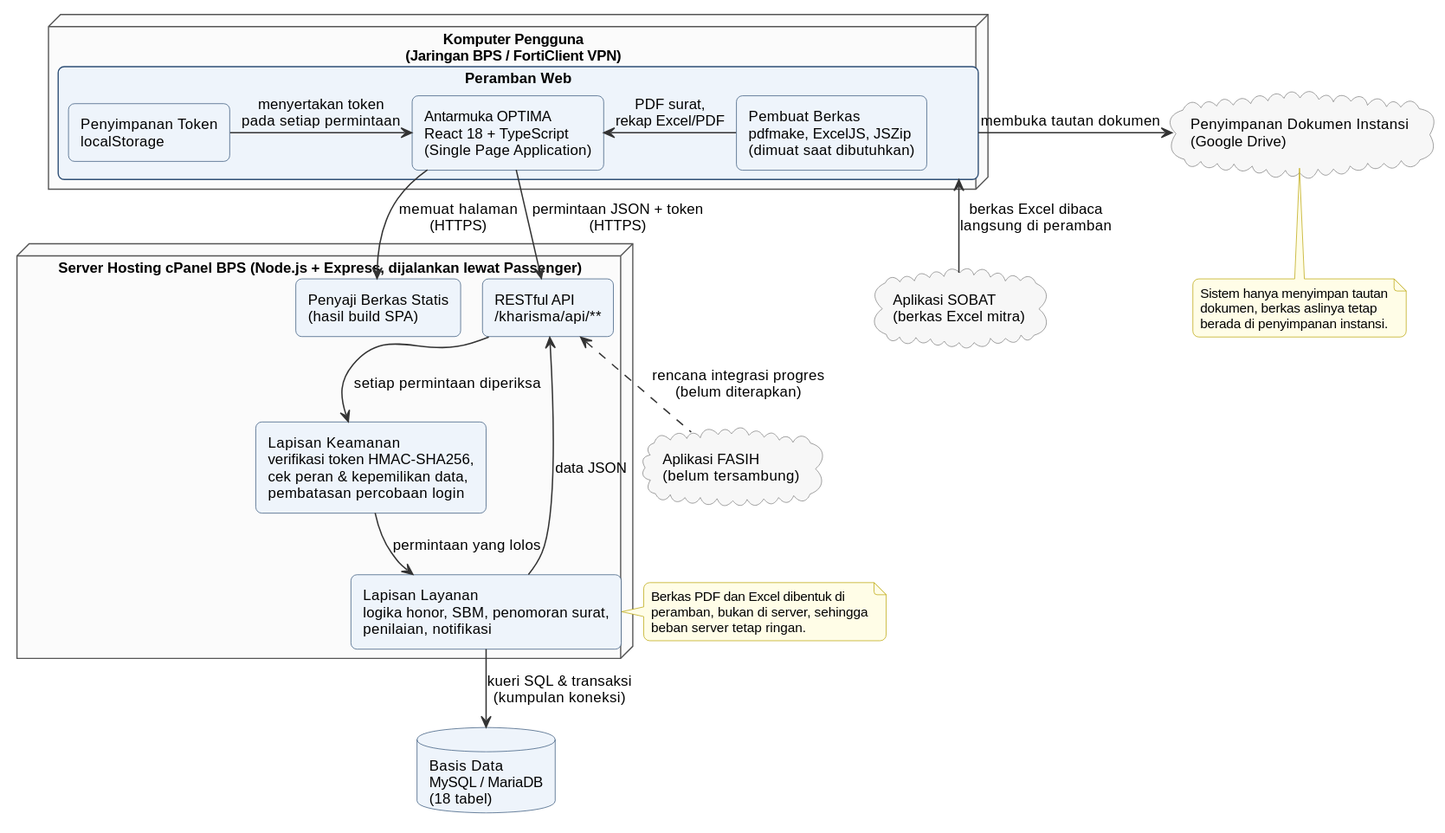
Before: docs/diagram/out/arsitektur.svg, a diagram exported from PlantUML (kharis5870/Kharisma).
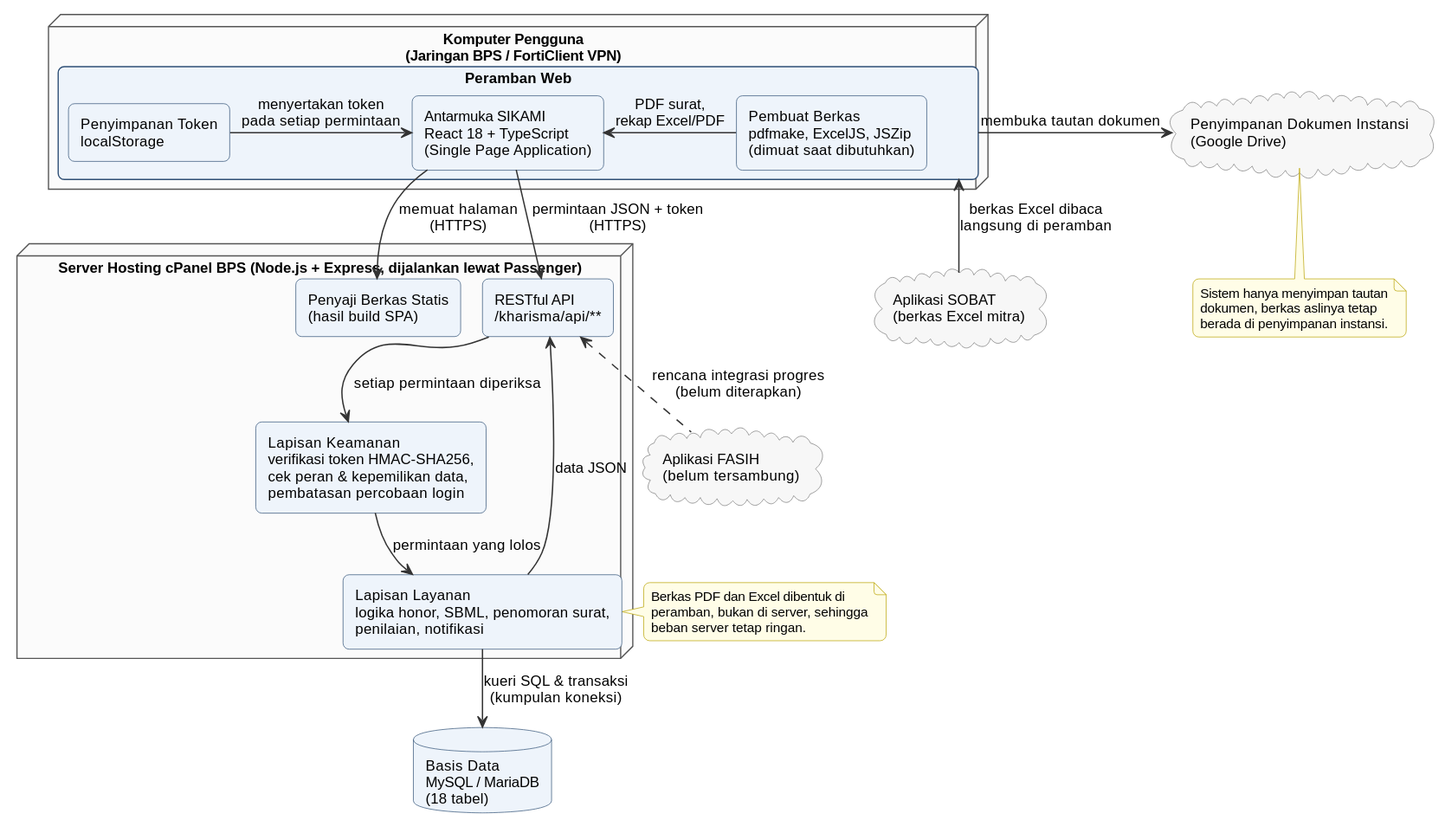
After the commit.

Diff of the diagram source:
```diff
@@ -21,7 +21,7 @@
 
 node "Komputer Pengguna\n(Jaringan BPS / FortiClient VPN)" as KLIEN {
   component "Peramban Web" as BROWSER {
-    component "Antarmuka OPTIMA\nReact 18 + TypeScript\n(Single Page Application)" as SPA
+    component "Antarmuka SIKAMI\nReact 18 + TypeScript\n(Single Page Application)" as SPA
     component "Pembuat Berkas\npdfmake, ExcelJS, JSZip\n(dimuat saat dibutuhkan)" as BERKAS
     component "Penyimpanan Token\nlocalStorage" as TOKEN
   }
@@ -31,7 +31,7 @@
   component "Penyaji Berkas Statis\n(hasil build SPA)" as STATIS
   component "RESTful API\n/kharisma/api/**" as API
   component "Lapisan Keamanan\nverifikasi token HMAC-SHA256,\ncek peran & kepemilikan data,\npembatasan percobaan login" as AUTH
-  component "Lapisan Layanan\nlogika honor, SBM, penomoran surat,\npenilaian, notifikasi" as SERVICE
+  component "Lapisan Layanan\nlogika honor, SBML, penomoran surat,\npenilaian, notifikasi" as SERVICE
 }
 
 database "Basis Data\nMySQL / MariaDB\n(18 tabel)" as DB
```
